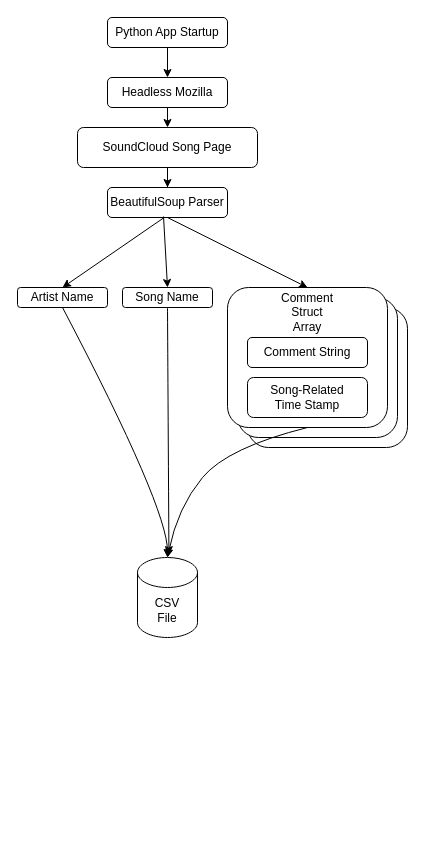
This is SoundCloudScraper.drawio from EricOrrDev/Diagrams, a draw.io file, before an edit. Source tidied: cells renumbered, new cells numbered last; positions are measured from the earlier drawing's top-left corner, leaving out a move shared by most shapes. Both pictures are drawn from the tidied source at 100%, with x=0, y=0 at pixel (17, 17).
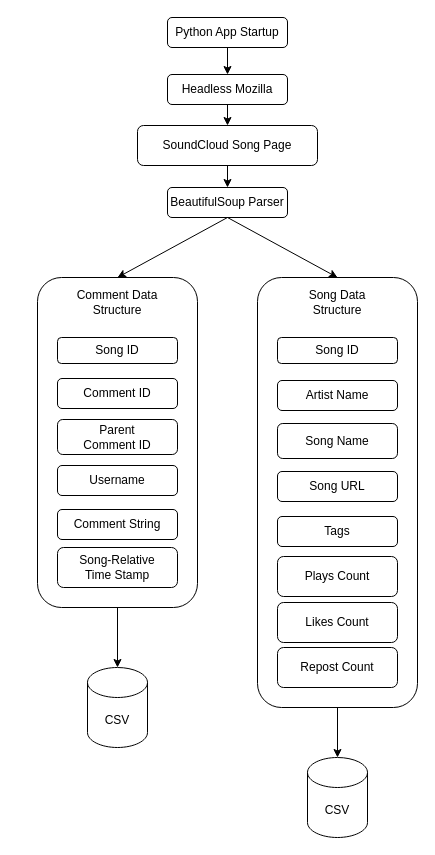
The same page after the edit.

What changed in the source:
```diff
@@
-    <mxCell id="2" style="rounded=1;whiteSpace=wrap;html=1;" parent="1" vertex="1">
-      <mxGeometry x="230" y="290" width="160" height="140" as="geometry" />
-    </mxCell>
-    <mxCell id="3" style="rounded=1;whiteSpace=wrap;html=1;" parent="1" vertex="1">
-      <mxGeometry x="220" y="280" width="160" height="140" as="geometry" />
-    </mxCell>
@@
     <mxCell id="5" value="&lt;div&gt;SoundCloud Song Page&lt;/div&gt;" style="rounded=1;whiteSpace=wrap;html=1;" parent="1" vertex="1">
-      <mxGeometry x="60" y="110" width="180" height="40" as="geometry" />
+      <mxGeometry x="120" y="108" width="180" height="40" as="geometry" />
     </mxCell>
@@
     <mxCell id="7" value="Headless Mozilla" style="rounded=1;whiteSpace=wrap;html=1;" parent="1" vertex="1">
-      <mxGeometry x="90" y="60" width="120" height="30" as="geometry" />
+      <mxGeometry x="150" y="57" width="120" height="30" as="geometry" />
     </mxCell>
@@
     <mxCell id="9" value="Python App Startup" style="rounded=1;whiteSpace=wrap;html=1;" parent="1" vertex="1">
-      <mxGeometry x="90" width="120" height="30" as="geometry" />
+      <mxGeometry x="150" width="120" height="30" as="geometry" />
     </mxCell>
-    <mxCell id="10" value="&lt;div&gt;Song Name&lt;/div&gt;" style="rounded=1;whiteSpace=wrap;html=1;" parent="1" vertex="1">
-      <mxGeometry x="105" y="270" width="90" height="20" as="geometry" />
-    </mxCell>
-    <mxCell id="11" value="&lt;div&gt;Artist Name&lt;/div&gt;" style="rounded=1;whiteSpace=wrap;html=1;" parent="1" vertex="1">
-      <mxGeometry y="270" width="90" height="20" as="geometry" />
-    </mxCell>
     <mxCell id="12" value="&lt;div&gt;BeautifulSoup Parser&lt;/div&gt;" style="rounded=1;whiteSpace=wrap;html=1;" parent="1" vertex="1">
-      <mxGeometry x="90" y="170" width="120" height="30" as="geometry" />
+      <mxGeometry x="150" y="170" width="120" height="30" as="geometry" />
     </mxCell>
-    <mxCell id="13" style="endArrow=classic;html=1;rounded=0;exitX=0.472;exitY=1.002;exitDx=0;exitDy=0;exitPerimeter=0;entryX=0.5;entryY=0;entryDx=0;entryDy=0;" parent="1" edge="1" source="12" target="11">
-      <mxGeometry relative="1" as="geometry" />
-    </mxCell>
-    <mxCell id="14" style="endArrow=classic;html=1;rounded=0;exitX=0.467;exitY=0.969;exitDx=0;exitDy=0;exitPerimeter=0;entryX=0.5;entryY=0;entryDx=0;entryDy=0;" parent="1" edge="1" source="12" target="10">
-      <mxGeometry relative="1" as="geometry" />
-    </mxCell>
     <mxCell id="15" style="rounded=1;whiteSpace=wrap;html=1;" parent="1" vertex="1">
-      <mxGeometry x="210" y="270" width="160" height="140" as="geometry" />
+      <mxGeometry x="20" y="260" width="160" height="330" as="geometry" />
     </mxCell>
-    <mxCell id="16" value="&lt;div&gt;Comment Struct&lt;/div&gt;&lt;div&gt;Array&lt;/div&gt;" style="text;html=1;align=center;verticalAlign=middle;whiteSpace=wrap;rounded=0;" parent="1" vertex="1">
-      <mxGeometry x="260" y="280" width="60" height="30" as="geometry" />
+    <mxCell id="16" value="Comment Data Structure" style="text;html=1;align=center;verticalAlign=middle;whiteSpace=wrap;rounded=0;" parent="1" vertex="1">
+      <mxGeometry x="55" y="270" width="90" height="30" as="geometry" />
     </mxCell>
     <mxCell id="17" value="&lt;div&gt;Comment String&lt;/div&gt;" style="rounded=1;whiteSpace=wrap;html=1;" parent="1" vertex="1">
-      <mxGeometry x="230" y="320" width="120" height="30" as="geometry" />
+      <mxGeometry x="40" y="492" width="120" height="30" as="geometry" />
     </mxCell>
-    <mxCell id="18" value="&lt;div&gt;Song-Related&lt;/div&gt;&lt;div&gt;Time Stamp&lt;/div&gt;" style="rounded=1;whiteSpace=wrap;html=1;" parent="1" vertex="1">
-      <mxGeometry x="230" y="360" width="120" height="40" as="geometry" />
+    <mxCell id="18" value="&lt;div&gt;Song-Relative&lt;/div&gt;&lt;div&gt;Time Stamp&lt;/div&gt;" style="rounded=1;whiteSpace=wrap;html=1;" parent="1" vertex="1">
+      <mxGeometry x="40" y="530" width="120" height="40" as="geometry" />
     </mxCell>
-    <mxCell id="19" style="endArrow=classic;html=1;rounded=0;entryX=0.5;entryY=0;entryDx=0;entryDy=0;" parent="1" edge="1" target="15">
-      <mxGeometry relative="1" as="geometry">
-        <mxPoint x="150" y="200" as="sourcePoint" />
-      </mxGeometry>
-    </mxCell>
-    <mxCell id="20" value="&lt;div&gt;CSV&lt;/div&gt;&lt;div&gt;File&lt;/div&gt;" style="shape=cylinder3;whiteSpace=wrap;html=1;boundedLbl=1;backgroundOutline=1;size=15;" parent="1" vertex="1">
-      <mxGeometry x="120" y="540" width="60" height="80" as="geometry" />
-    </mxCell>
-    <mxCell id="21" style="curved=1;endArrow=classic;html=1;rounded=0;exitX=0.5;exitY=1;exitDx=0;exitDy=0;entryX=0.5;entryY=0;entryDx=0;entryDy=0;entryPerimeter=0;" parent="1" edge="1" source="11" target="20">
-      <mxGeometry relative="1" as="geometry">
-        <Array as="points">
-          <mxPoint x="150" y="490" />
-        </Array>
-      </mxGeometry>
-    </mxCell>
-    <mxCell id="22" style="curved=1;endArrow=classic;html=1;rounded=0;exitX=0.5;exitY=1;exitDx=0;exitDy=0;entryX=0.524;entryY=-0.036;entryDx=0;entryDy=0;entryPerimeter=0;" parent="1" edge="1" source="10" target="20">
-      <mxGeometry relative="1" as="geometry" />
-    </mxCell>
-    <mxCell id="23" style="curved=1;endArrow=classic;html=1;rounded=0;entryX=0.5;entryY=0;entryDx=0;entryDy=0;entryPerimeter=0;" parent="1" edge="1" target="20">
-      <mxGeometry relative="1" as="geometry">
-        <mxPoint x="290" y="410" as="sourcePoint" />
-        <Array as="points">
-          <mxPoint x="210" y="430" />
-          <mxPoint x="160" y="490" />
-        </Array>
-      </mxGeometry>
-    </mxCell>
+    <mxCell id="24" value="Username" style="rounded=1;whiteSpace=wrap;html=1;" parent="1" vertex="1">
+      <mxGeometry x="40" y="448" width="120" height="30" as="geometry" />
+    </mxCell>
+    <mxCell id="25" value="&lt;div&gt;Song ID&lt;/div&gt;" style="rounded=1;whiteSpace=wrap;html=1;" parent="1" vertex="1">
+      <mxGeometry x="40" y="320" width="120" height="26" as="geometry" />
+    </mxCell>
+    <mxCell id="26" value="Comment ID" style="rounded=1;whiteSpace=wrap;html=1;" parent="1" vertex="1">
+      <mxGeometry x="40" y="361" width="120" height="30" as="geometry" />
+    </mxCell>
+    <mxCell id="27" value="&lt;div&gt;Parent&lt;/div&gt;&lt;div&gt;Comment ID&lt;br&gt;&lt;/div&gt;" style="rounded=1;whiteSpace=wrap;html=1;" parent="1" vertex="1">
+      <mxGeometry x="40" y="402" width="120" height="35" as="geometry" />
+    </mxCell>
+    <mxCell id="28" style="rounded=1;whiteSpace=wrap;html=1;" parent="1" vertex="1">
+      <mxGeometry x="240" y="260" width="160" height="430" as="geometry" />
+    </mxCell>
+    <mxCell id="29" value="&lt;div&gt;Song Data&lt;/div&gt;&lt;div&gt;Structure&lt;/div&gt;" style="text;html=1;align=center;verticalAlign=middle;whiteSpace=wrap;rounded=0;" parent="1" vertex="1">
+      <mxGeometry x="290" y="270" width="60" height="30" as="geometry" />
+    </mxCell>
+    <mxCell id="30" value="Tags" style="rounded=1;whiteSpace=wrap;html=1;" parent="1" vertex="1">
+      <mxGeometry x="260" y="499" width="120" height="30" as="geometry" />
+    </mxCell>
+    <mxCell id="31" value="Plays Count" style="rounded=1;whiteSpace=wrap;html=1;" parent="1" vertex="1">
+      <mxGeometry x="260" y="539" width="120" height="40" as="geometry" />
+    </mxCell>
+    <mxCell id="32" value="Song URL" style="rounded=1;whiteSpace=wrap;html=1;" parent="1" vertex="1">
+      <mxGeometry x="260" y="454" width="120" height="30" as="geometry" />
+    </mxCell>
+    <mxCell id="33" value="&lt;div&gt;Song ID&lt;/div&gt;" style="rounded=1;whiteSpace=wrap;html=1;" parent="1" vertex="1">
+      <mxGeometry x="260" y="320" width="120" height="26" as="geometry" />
+    </mxCell>
+    <mxCell id="11" value="Artist Name" style="rounded=1;whiteSpace=wrap;html=1;" parent="1" vertex="1">
+      <mxGeometry x="260" y="363" width="120" height="30" as="geometry" />
+    </mxCell>
+    <mxCell id="10" value="&lt;div&gt;Song Name&lt;/div&gt;" style="rounded=1;whiteSpace=wrap;html=1;" parent="1" vertex="1">
+      <mxGeometry x="260" y="406" width="120" height="35" as="geometry" />
+    </mxCell>
+    <mxCell id="34" value="Likes Count" style="rounded=1;whiteSpace=wrap;html=1;" parent="1" vertex="1">
+      <mxGeometry x="260" y="585" width="120" height="40" as="geometry" />
+    </mxCell>
+    <mxCell id="35" value="Repost Count" style="rounded=1;whiteSpace=wrap;html=1;" parent="1" vertex="1">
+      <mxGeometry x="260" y="630" width="120" height="40" as="geometry" />
+    </mxCell>
+    <mxCell id="36" style="endArrow=classic;html=1;rounded=0;exitX=0.5;exitY=1;exitDx=0;exitDy=0;entryX=0.5;entryY=0;entryDx=0;entryDy=0;" parent="1" edge="1" source="12" target="15">
+      <mxGeometry relative="1" as="geometry" />
+    </mxCell>
+    <mxCell id="37" style="endArrow=classic;html=1;rounded=0;exitX=0.5;exitY=1;exitDx=0;exitDy=0;entryX=0.5;entryY=0;entryDx=0;entryDy=0;" parent="1" edge="1" source="12" target="28">
+      <mxGeometry relative="1" as="geometry" />
+    </mxCell>
+    <mxCell id="38" value="&lt;div&gt;CSV&lt;br&gt;&lt;/div&gt;" style="shape=cylinder3;whiteSpace=wrap;html=1;boundedLbl=1;backgroundOutline=1;size=15;" parent="1" vertex="1">
+      <mxGeometry x="70" y="650" width="60" height="80" as="geometry" />
+    </mxCell>
+    <mxCell id="39" style="endArrow=classic;html=1;rounded=0;exitX=0.5;exitY=1;exitDx=0;exitDy=0;entryX=0.5;entryY=0;entryDx=0;entryDy=0;entryPerimeter=0;" parent="1" edge="1" source="15" target="38">
+      <mxGeometry relative="1" as="geometry" />
+    </mxCell>
+    <mxCell id="40" value="&lt;div&gt;CSV&lt;br&gt;&lt;/div&gt;" style="shape=cylinder3;whiteSpace=wrap;html=1;boundedLbl=1;backgroundOutline=1;size=15;" parent="1" vertex="1">
+      <mxGeometry x="290" y="740" width="60" height="80" as="geometry" />
+    </mxCell>
+    <mxCell id="41" style="endArrow=classic;html=1;rounded=0;entryX=0.5;entryY=0;entryDx=0;entryDy=0;entryPerimeter=0;exitX=0.5;exitY=1;exitDx=0;exitDy=0;" parent="1" edge="1" source="28" target="40">
+      <mxGeometry relative="1" as="geometry" />
+    </mxCell>
```
